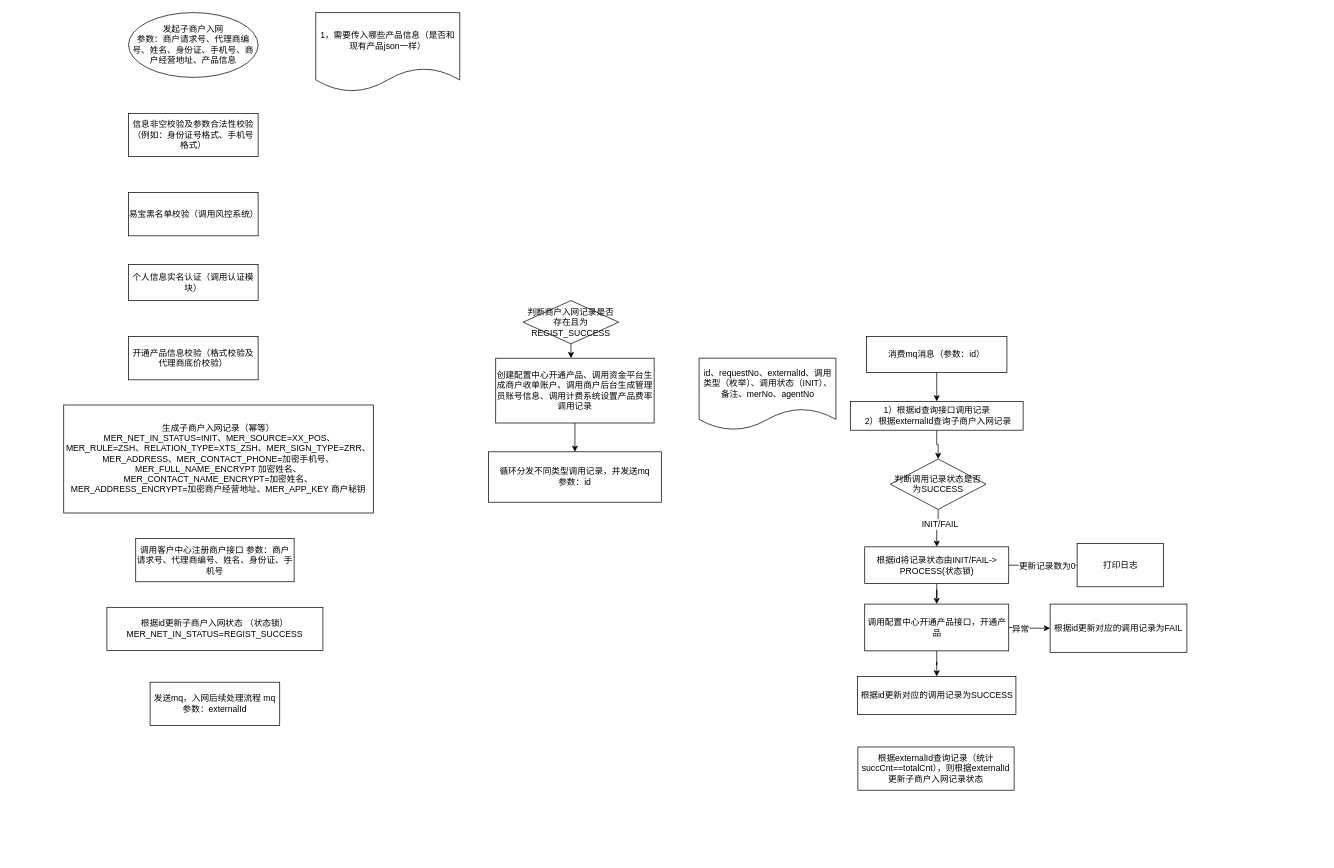
Before: 子商户入网流程图.drawio in cp0802/drawioRep, a draw.io diagram. Source tidied: cells renumbered, new cells numbered last; positions are measured from the earlier drawing's top-left corner, leaving out a move shared by most shapes. Both pictures are drawn from the tidied source at 72%, with x=0, y=0 at pixel (63, 12).
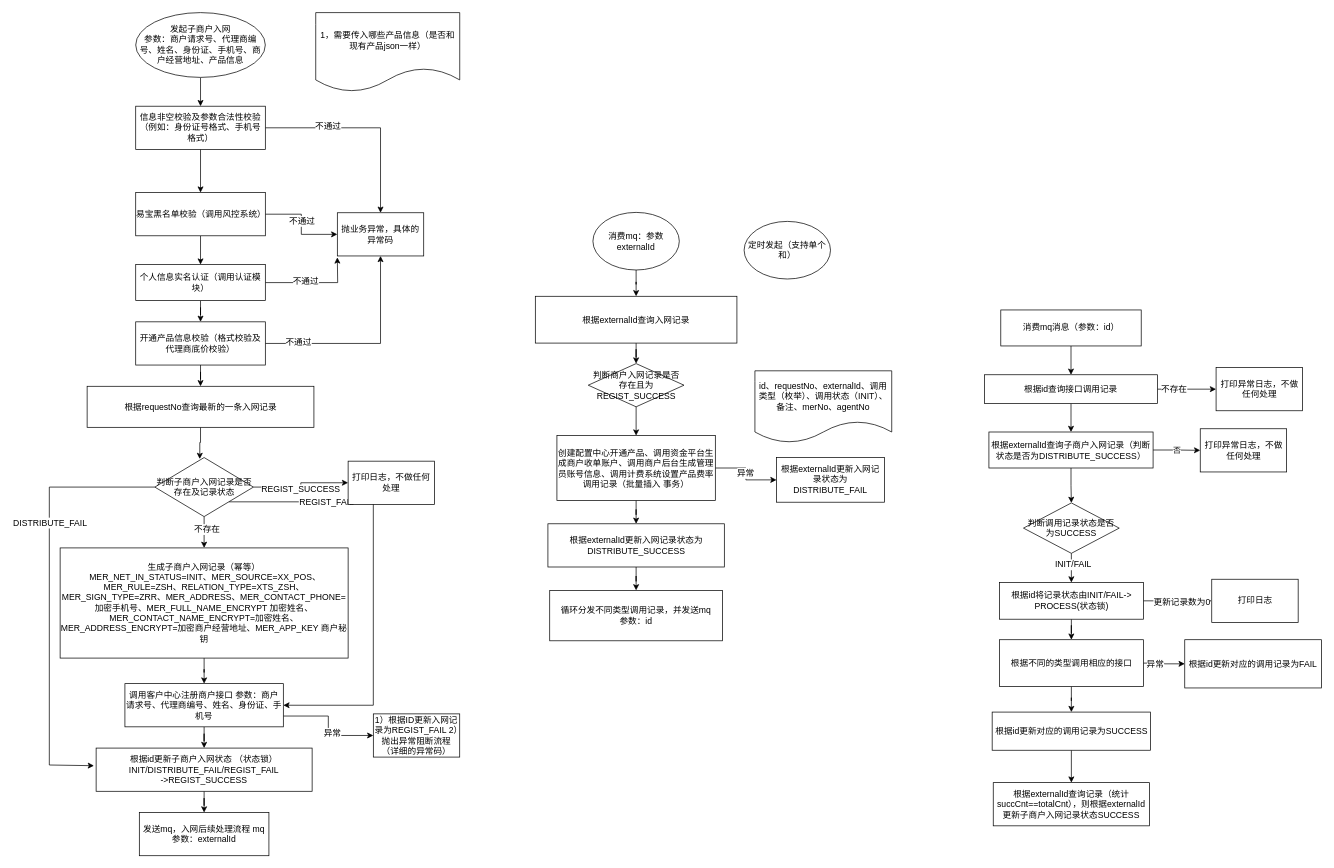
After the change.

Commit message:
Update 子商户入网流程图.drawio

The edit, as a diff of the source:
```diff
@@
+    <mxCell id="37" style="edgeStyle=orthogonalEdgeStyle;rounded=0;jettySize=auto;html=1;exitX=0.5;exitY=1;exitDx=0;exitDy=0;" parent="1" edge="1" source="2" target="4">
+      <mxGeometry relative="1" as="geometry" />
+    </mxCell>
     <mxCell id="2" value="发起子商户入网&lt;br&gt;参数：商户&lt;span&gt;请求号、代理商编号、姓名、身份证、手机号、商户经营地址、产品信息&lt;/span&gt;&lt;br&gt;" style="ellipse;whiteSpace=wrap;html=1;" parent="1" vertex="1">
-      <mxGeometry x="90" width="180" height="90" as="geometry" />
+      <mxGeometry x="100" width="180" height="90" as="geometry" />
     </mxCell>
@@
+    <mxCell id="38" style="edgeStyle=orthogonalEdgeStyle;rounded=0;jettySize=auto;html=1;" parent="1" edge="1" source="4" target="5">
+      <mxGeometry relative="1" as="geometry" />
+    </mxCell>
+    <mxCell id="39" style="edgeStyle=orthogonalEdgeStyle;rounded=0;jettySize=auto;html=1;" parent="1" edge="1" source="4" target="79">
+      <mxGeometry relative="1" as="geometry" />
+    </mxCell>
+    <mxCell id="40" value="不通过" style="text;html=1;align=center;verticalAlign=middle;labelBackgroundColor=#ffffff;" parent="39" vertex="1">
+      <mxGeometry x="-0.38" y="3" relative="1" as="geometry" />
+    </mxCell>
     <mxCell id="4" value="信息非空校验及参数合法性校验（例如：身份证号格式、手机号格式）" style="rounded=0;whiteSpace=wrap;html=1;" parent="1" vertex="1">
-      <mxGeometry x="90" y="140" width="180" height="60" as="geometry" />
+      <mxGeometry x="100" y="130" width="180" height="60" as="geometry" />
     </mxCell>
+    <mxCell id="41" style="edgeStyle=orthogonalEdgeStyle;rounded=0;jettySize=auto;html=1;exitX=0.5;exitY=1;exitDx=0;exitDy=0;" parent="1" edge="1" source="5" target="6">
+      <mxGeometry relative="1" as="geometry" />
+    </mxCell>
+    <mxCell id="42" style="edgeStyle=orthogonalEdgeStyle;rounded=0;jettySize=auto;html=1;exitX=1;exitY=0.5;exitDx=0;exitDy=0;" parent="1" edge="1" source="5" target="79">
+      <mxGeometry relative="1" as="geometry" />
+    </mxCell>
+    <mxCell id="43" value="不通过" style="text;html=1;align=center;verticalAlign=middle;labelBackgroundColor=#ffffff;" parent="42" vertex="1">
+      <mxGeometry x="-0.22" y="-9" relative="1" as="geometry">
+        <mxPoint x="9" y="9" as="offset" />
+      </mxGeometry>
+    </mxCell>
     <mxCell id="5" value="易宝黑名单校验（调用风控系统）" style="rounded=0;whiteSpace=wrap;html=1;" parent="1" vertex="1">
-      <mxGeometry x="90" y="250" width="180" height="60" as="geometry" />
+      <mxGeometry x="100" y="250" width="180" height="60" as="geometry" />
     </mxCell>
+    <mxCell id="44" style="edgeStyle=orthogonalEdgeStyle;rounded=0;jettySize=auto;html=1;entryX=0.5;entryY=0;entryDx=0;entryDy=0;" parent="1" edge="1" source="6" target="7">
+      <mxGeometry relative="1" as="geometry" />
+    </mxCell>
+    <mxCell id="45" style="edgeStyle=orthogonalEdgeStyle;rounded=0;jettySize=auto;html=1;exitX=1;exitY=0.5;exitDx=0;exitDy=0;" parent="1" edge="1" source="6">
+      <mxGeometry relative="1" as="geometry">
+        <mxPoint x="380" y="340" as="targetPoint" />
+      </mxGeometry>
+    </mxCell>
+    <mxCell id="46" value="不通过" style="text;html=1;align=center;verticalAlign=middle;labelBackgroundColor=#ffffff;" parent="45" vertex="1">
+      <mxGeometry x="-0.19" y="2" relative="1" as="geometry" />
+    </mxCell>
     <mxCell id="6" value="个人信息实名认证（调用认证模块）" style="rounded=0;whiteSpace=wrap;html=1;" parent="1" vertex="1">
-      <mxGeometry x="90" y="350" width="180" height="50" as="geometry" />
+      <mxGeometry x="100" y="350" width="180" height="50" as="geometry" />
     </mxCell>
+    <mxCell id="47" style="edgeStyle=orthogonalEdgeStyle;rounded=0;jettySize=auto;html=1;exitX=0.5;exitY=1;exitDx=0;exitDy=0;" parent="1" edge="1" source="7" target="67">
+      <mxGeometry relative="1" as="geometry" />
+    </mxCell>
+    <mxCell id="48" style="edgeStyle=orthogonalEdgeStyle;rounded=0;jettySize=auto;html=1;exitX=1;exitY=0.5;exitDx=0;exitDy=0;" parent="1" edge="1" source="7" target="79">
+      <mxGeometry relative="1" as="geometry" />
+    </mxCell>
+    <mxCell id="49" value="不通过" style="text;html=1;align=center;verticalAlign=middle;labelBackgroundColor=#ffffff;" parent="48" vertex="1">
+      <mxGeometry x="-0.68" y="2" relative="1" as="geometry" />
+    </mxCell>
     <mxCell id="7" value="开通产品信息校验（格式校验及代理商底价校验）" style="rounded=0;whiteSpace=wrap;html=1;" parent="1" vertex="1">
-      <mxGeometry x="90" y="450" width="180" height="60" as="geometry" />
+      <mxGeometry x="100" y="429.5" width="180" height="60" as="geometry" />
     </mxCell>
+    <mxCell id="50" style="edgeStyle=orthogonalEdgeStyle;rounded=0;jettySize=auto;html=1;exitX=1;exitY=0.75;exitDx=0;exitDy=0;entryX=0;entryY=0.5;entryDx=0;entryDy=0;" parent="1" edge="1" source="8" target="78">
+      <mxGeometry relative="1" as="geometry" />
+    </mxCell>
+    <mxCell id="51" value="异常" style="text;html=1;align=center;verticalAlign=middle;labelBackgroundColor=#ffffff;" parent="50" vertex="1">
+      <mxGeometry x="0.24" y="4" relative="1" as="geometry" />
+    </mxCell>
+    <mxCell id="52" style="edgeStyle=orthogonalEdgeStyle;rounded=0;jettySize=auto;html=1;entryX=0.5;entryY=0;entryDx=0;entryDy=0;" parent="1" edge="1" source="8" target="10">
+      <mxGeometry relative="1" as="geometry" />
+    </mxCell>
     <mxCell id="8" value="&lt;span&gt;调用客户中心注册商户接口 参数：商户&lt;/span&gt;&lt;span&gt;请求号、代理商编号、姓名、身份证、手机号&lt;/span&gt;&lt;span&gt;&lt;br&gt;&lt;/span&gt;" style="rounded=0;whiteSpace=wrap;html=1;" parent="1" vertex="1">
-      <mxGeometry x="100" y="730.5" width="220" height="60" as="geometry" />
+      <mxGeometry x="85" y="932" width="220" height="60" as="geometry" />
     </mxCell>
+    <mxCell id="53" style="edgeStyle=orthogonalEdgeStyle;rounded=0;jettySize=auto;html=1;entryX=0.5;entryY=0;entryDx=0;entryDy=0;" parent="1" edge="1" source="9" target="8">
+      <mxGeometry relative="1" as="geometry" />
+    </mxCell>
     <mxCell id="9" value="生成子商户入网记录（幂等）&lt;br&gt;&amp;nbsp;&lt;span&gt;MER_NET_IN_STATUS=INIT、&lt;/span&gt;&lt;span&gt;MER_SOURCE=XX_POS、&lt;br&gt;&lt;/span&gt;&lt;span&gt;MER_RULE=&lt;/span&gt;&lt;span&gt;ZSH、&lt;/span&gt;&lt;span&gt;RELATION_TYPE=&lt;/span&gt;&lt;span&gt;XTS_ZSH&lt;/span&gt;、MER_SIGN_TYPE=&lt;span&gt;ZRR、&lt;/span&gt;&lt;span&gt;MER_ADDRESS、&lt;/span&gt;&lt;span&gt;MER_CONTACT_PHONE=加密手机号、&lt;/span&gt;&lt;span&gt;MER_FULL_NAME_ENCRYPT 加密姓名、&lt;/span&gt;&lt;span&gt;MER_CONTACT_NAME_ENCRYPT=加密姓名、&lt;/span&gt;&lt;span&gt;&lt;br&gt;&lt;/span&gt;&lt;span&gt;MER_ADDRESS_ENCRYPT=加密商户经营地址、&lt;/span&gt;&lt;span&gt;MER_APP_KEY 商户秘钥&lt;/span&gt;" style="rounded=0;whiteSpace=wrap;html=1;" parent="1" vertex="1">
-      <mxGeometry y="545" width="430" height="150" as="geometry" />
+      <mxGeometry x="-5" y="743.5" width="400" height="153" as="geometry" />
     </mxCell>
+    <mxCell id="54" style="edgeStyle=orthogonalEdgeStyle;rounded=0;jettySize=auto;html=1;" parent="1" edge="1" source="10" target="11">
+      <mxGeometry relative="1" as="geometry" />
+    </mxCell>
-    <mxCell id="10" value="根据id更新子商户入网状态 （状态锁）MER_NET_IN_STATUS=&lt;span&gt;REGIST_SUCCESS&lt;/span&gt;" style="rounded=0;whiteSpace=wrap;html=1;" parent="1" vertex="1">
-      <mxGeometry x="60" y="826" width="300" height="60" as="geometry" />
+    <mxCell id="10" value="根据id更新子商户入网状态 （状态锁）INIT/&lt;span&gt;DISTRIBUTE_FAIL/&lt;/span&gt;REGIST_FAIL&lt;span&gt;&lt;br&gt;&lt;/span&gt;-&amp;gt;&lt;span&gt;REGIST_SUCCESS&lt;/span&gt;" style="rounded=0;whiteSpace=wrap;html=1;" parent="1" vertex="1">
+      <mxGeometry x="45" y="1021.5" width="300" height="60" as="geometry" />
     </mxCell>
     <mxCell id="11" value="发送mq，入网后续处理流程 mq参数：externalId" style="rounded=0;whiteSpace=wrap;html=1;" parent="1" vertex="1">
-      <mxGeometry x="120" y="930" width="180" height="60" as="geometry" />
+      <mxGeometry x="105" y="1111" width="180" height="60" as="geometry" />
     </mxCell>
-    <mxCell id="12" style="edgeStyle=orthogonalEdgeStyle;rounded=0;jettySize=auto;html=1;entryX=0.5;entryY=0;entryDx=0;entryDy=0;" parent="1" edge="1" source="13" target="16">
-      <mxGeometry relative="1" as="geometry" />
-    </mxCell>
+    <mxCell id="55" style="edgeStyle=orthogonalEdgeStyle;rounded=0;jettySize=auto;html=1;" parent="1" edge="1" source="13" target="86">
+      <mxGeometry relative="1" as="geometry" />
+    </mxCell>
+    <mxCell id="56" style="edgeStyle=orthogonalEdgeStyle;rounded=0;jettySize=auto;html=1;exitX=1;exitY=0.5;exitDx=0;exitDy=0;entryX=0;entryY=0.5;entryDx=0;entryDy=0;" parent="1" edge="1" source="13" target="88">
+      <mxGeometry relative="1" as="geometry" />
+    </mxCell>
+    <mxCell id="57" value="不存在" style="text;html=1;align=center;verticalAlign=middle;labelBackgroundColor=#ffffff;" parent="56" vertex="1">
+      <mxGeometry x="-0.47" relative="1" as="geometry" />
+    </mxCell>
-    <mxCell id="13" value="1）根据id查询接口调用记录&lt;br&gt;&amp;nbsp;2）根据externalId查询子商户入网记录&lt;br&gt;" style="rounded=0;whiteSpace=wrap;html=1;" parent="1" vertex="1">
-      <mxGeometry x="1092.5" y="540" width="240" height="40" as="geometry" />
+    <mxCell id="13" value="根据id查询接口调用记录&lt;br&gt;" style="rounded=0;whiteSpace=wrap;html=1;" parent="1" vertex="1">
+      <mxGeometry x="1279" y="503" width="240" height="40" as="geometry" />
     </mxCell>
@@
     <mxCell id="16" value="判断调用记录状态是否为SUCCESS" style="rhombus;whiteSpace=wrap;html=1;" parent="1" vertex="1">
-      <mxGeometry x="1148" y="620" width="133" height="70" as="geometry" />
+      <mxGeometry x="1333" y="681" width="133" height="70" as="geometry" />
     </mxCell>
@@
-    <mxCell id="20" value="调用配置中心开通产品接口，开通产品" style="rounded=0;whiteSpace=wrap;html=1;" parent="1" vertex="1">
-      <mxGeometry x="1112.5" y="821.5" width="200" height="65" as="geometry" />
+    <mxCell id="20" value="根据不同的类型调用相应的接口" style="rounded=0;whiteSpace=wrap;html=1;" parent="1" vertex="1">
+      <mxGeometry x="1299.5" y="871" width="200" height="65" as="geometry" />
     </mxCell>
     <mxCell id="21" style="edgeStyle=orthogonalEdgeStyle;rounded=0;jettySize=auto;html=1;" parent="1" edge="1" source="22" target="31">
-      <mxGeometry relative="1" as="geometry">
-        <Array as="points">
-          <mxPoint x="705" y="470" />
-          <mxPoint x="705" y="470" />
-        </Array>
-      </mxGeometry>
+      <mxGeometry relative="1" as="geometry" />
     </mxCell>
     <mxCell id="22" value="判断商户入网记录是否存在且为REGIST_SUCCESS" style="rhombus;whiteSpace=wrap;html=1;" parent="1" vertex="1">
-      <mxGeometry x="638" y="400" width="133" height="60" as="geometry" />
+      <mxGeometry x="728.5" y="487.5" width="133" height="60" as="geometry" />
     </mxCell>
+    <mxCell id="58" style="edgeStyle=orthogonalEdgeStyle;rounded=0;jettySize=auto;html=1;" parent="1" edge="1" source="23" target="36">
+      <mxGeometry relative="1" as="geometry" />
+    </mxCell>
     <mxCell id="23" value="根据id更新对应的调用记录为SUCCESS" style="rounded=0;whiteSpace=wrap;html=1;" parent="1" vertex="1">
-      <mxGeometry x="1102.5" y="922" width="220" height="53" as="geometry" />
+      <mxGeometry x="1289.5" y="971.5" width="220" height="53" as="geometry" />
     </mxCell>
     <mxCell id="24" value="根据id更新对应的调用记录为FAIL" style="rounded=0;whiteSpace=wrap;html=1;" parent="1" vertex="1">
-      <mxGeometry x="1370" y="821.5" width="190" height="67" as="geometry" />
+      <mxGeometry x="1557" y="871" width="190" height="67" as="geometry" />
     </mxCell>
@@
     <mxCell id="28" value="根据id将记录状态由INIT/FAIL-&amp;gt; PROCESS(状态锁)" style="rounded=0;whiteSpace=wrap;html=1;" parent="1" vertex="1">
-      <mxGeometry x="1112.5" y="742" width="200" height="51" as="geometry" />
+      <mxGeometry x="1299.5" y="791.5" width="200" height="51" as="geometry" />
     </mxCell>
     <mxCell id="29" value="打印日志" style="rounded=0;whiteSpace=wrap;html=1;" parent="1" vertex="1">
-      <mxGeometry x="1407.5" y="737.5" width="120" height="60" as="geometry" />
+      <mxGeometry x="1594.5" y="787" width="120" height="60" as="geometry" />
     </mxCell>
-    <mxCell id="30" style="edgeStyle=orthogonalEdgeStyle;rounded=0;jettySize=auto;html=1;exitX=0.5;exitY=1;exitDx=0;exitDy=0;" parent="1" edge="1" source="31" target="33">
-      <mxGeometry relative="1" as="geometry" />
-    </mxCell>
+    <mxCell id="59" style="edgeStyle=orthogonalEdgeStyle;rounded=0;jettySize=auto;html=1;" parent="1" edge="1" source="31" target="80">
+      <mxGeometry relative="1" as="geometry" />
+    </mxCell>
+    <mxCell id="60" value="异常" style="text;html=1;align=center;verticalAlign=middle;labelBackgroundColor=#ffffff;" parent="59" vertex="1">
+      <mxGeometry x="-0.19" y="-7" relative="1" as="geometry" />
+    </mxCell>
+    <mxCell id="61" style="edgeStyle=orthogonalEdgeStyle;rounded=0;jettySize=auto;html=1;" parent="1" edge="1" source="31" target="83">
+      <mxGeometry relative="1" as="geometry" />
+    </mxCell>
-    <mxCell id="31" value="创建配置中心开通产品、调用资金平台生成商户收单账户、调用商户后台生成管理员账号信息、调用计费系统设置产品费率调用记录&lt;br&gt;" style="rounded=0;whiteSpace=wrap;html=1;" parent="1" vertex="1">
-      <mxGeometry x="600" y="480" width="220" height="90" as="geometry" />
+    <mxCell id="31" value="创建配置中心开通产品、调用资金平台生成商户收单账户、调用商户后台生成管理员账号信息、调用计费系统设置产品费率调用记录（批量插入 事务）&lt;br&gt;" style="rounded=0;whiteSpace=wrap;html=1;" parent="1" vertex="1">
+      <mxGeometry x="685" y="587.5" width="220" height="90" as="geometry" />
     </mxCell>
     <mxCell id="32" value="id、requestNo、externalId、调用类型（枚举）、调用状态（INIT）、备注、merNo、agentNo" style="shape=document;whiteSpace=wrap;html=1;boundedLbl=1;" parent="1" vertex="1">
-      <mxGeometry x="882.5" y="480" width="190" height="100" as="geometry" />
+      <mxGeometry x="960" y="497.5" width="190" height="100" as="geometry" />
     </mxCell>
     <mxCell id="33" value="循环分发不同类型调用记录，并发送mq&lt;br&gt;参数：id&lt;br&gt;" style="rounded=0;whiteSpace=wrap;html=1;" parent="1" vertex="1">
-      <mxGeometry x="590" y="610" width="240" height="70" as="geometry" />
+      <mxGeometry x="675" y="802.5" width="240" height="70" as="geometry" />
     </mxCell>
-    <mxCell id="34" style="edgeStyle=orthogonalEdgeStyle;rounded=0;jettySize=auto;html=1;entryX=0.5;entryY=0;entryDx=0;entryDy=0;" parent="1" edge="1" source="35" target="13">
+    <mxCell id="34" style="edgeStyle=orthogonalEdgeStyle;rounded=0;jettySize=auto;html=1;" parent="1" edge="1" source="35" target="13">
       <mxGeometry relative="1" as="geometry" />
     </mxCell>
     <mxCell id="35" value="消费mq消息（参数：id）" style="rounded=0;whiteSpace=wrap;html=1;" parent="1" vertex="1">
-      <mxGeometry x="1115" y="450" width="195" height="50" as="geometry" />
+      <mxGeometry x="1301.5" y="413" width="195" height="50" as="geometry" />
     </mxCell>
-    <mxCell id="36" value="根据externalId查询记录（统计succCnt==totalCnt），则根据externalId&lt;br&gt;更新子商户入网记录状态" style="rounded=0;whiteSpace=wrap;html=1;" parent="1" vertex="1">
-      <mxGeometry x="1103" y="1020" width="217" height="60" as="geometry" />
+    <mxCell id="36" value="根据externalId查询记录（统计succCnt==totalCnt），则根据externalId&lt;br&gt;更新子商户入网记录状态SUCCESS" style="rounded=0;whiteSpace=wrap;html=1;" parent="1" vertex="1">
+      <mxGeometry x="1291" y="1069.5" width="217" height="60" as="geometry" />
     </mxCell>
+    <mxCell id="62" style="edgeStyle=orthogonalEdgeStyle;rounded=0;jettySize=auto;html=1;" parent="1" edge="1" source="63" target="65">
+      <mxGeometry relative="1" as="geometry" />
+    </mxCell>
+    <mxCell id="63" value="消费mq：参数 externalId" style="ellipse;whiteSpace=wrap;html=1;" parent="1" vertex="1">
+      <mxGeometry x="735" y="277.5" width="120" height="80" as="geometry" />
+    </mxCell>
+    <mxCell id="64" style="edgeStyle=orthogonalEdgeStyle;rounded=0;jettySize=auto;html=1;" parent="1" edge="1" source="65" target="22">
+      <mxGeometry relative="1" as="geometry" />
+    </mxCell>
+    <mxCell id="65" value="根据externalId查询入网记录" style="rounded=0;whiteSpace=wrap;html=1;" parent="1" vertex="1">
+      <mxGeometry x="655" y="394" width="280" height="65" as="geometry" />
+    </mxCell>
+    <mxCell id="66" style="edgeStyle=orthogonalEdgeStyle;rounded=0;jettySize=auto;html=1;entryX=0.456;entryY=0.024;entryDx=0;entryDy=0;entryPerimeter=0;" parent="1" edge="1" source="67" target="76">
+      <mxGeometry relative="1" as="geometry" />
+    </mxCell>
+    <mxCell id="67" value="根据requestNo查询最新的一条入网记录" style="rounded=0;whiteSpace=wrap;html=1;" parent="1" vertex="1">
+      <mxGeometry x="32.5" y="519" width="315" height="57" as="geometry" />
+    </mxCell>
+    <mxCell id="68" style="edgeStyle=orthogonalEdgeStyle;rounded=0;jettySize=auto;html=1;entryX=-0.01;entryY=0.408;entryDx=0;entryDy=0;entryPerimeter=0;exitX=0;exitY=0.5;exitDx=0;exitDy=0;" parent="1" edge="1" source="76" target="10">
+      <mxGeometry relative="1" as="geometry">
+        <Array as="points">
+          <mxPoint x="-20" y="659" />
+          <mxPoint x="-20" y="1045" />
+        </Array>
+      </mxGeometry>
+    </mxCell>
+    <mxCell id="69" value="DISTRIBUTE_FAIL" style="text;html=1;align=center;verticalAlign=middle;labelBackgroundColor=#ffffff;" parent="68" vertex="1">
+      <mxGeometry x="-0.5" y="47" relative="1" as="geometry">
+        <mxPoint x="-47" y="47" as="offset" />
+      </mxGeometry>
+    </mxCell>
+    <mxCell id="70" style="edgeStyle=orthogonalEdgeStyle;rounded=0;jettySize=auto;html=1;" parent="1" edge="1" source="76" target="9">
+      <mxGeometry relative="1" as="geometry" />
+    </mxCell>
+    <mxCell id="71" value="不存在" style="text;html=1;align=center;verticalAlign=middle;labelBackgroundColor=#ffffff;" parent="70" vertex="1">
+      <mxGeometry x="-0.22" y="3" relative="1" as="geometry" />
+    </mxCell>
+    <mxCell id="72" style="edgeStyle=orthogonalEdgeStyle;rounded=0;jettySize=auto;html=1;entryX=0;entryY=0.5;entryDx=0;entryDy=0;" parent="1" edge="1" source="76" target="77">
+      <mxGeometry relative="1" as="geometry" />
+    </mxCell>
+    <mxCell id="73" value="&lt;span&gt;REGIST_SUCCESS&lt;/span&gt;&lt;br&gt;" style="text;html=1;align=center;verticalAlign=middle;labelBackgroundColor=#ffffff;" parent="72" vertex="1">
+      <mxGeometry x="-0.05" y="-3" relative="1" as="geometry" />
+    </mxCell>
+    <mxCell id="74" style="edgeStyle=orthogonalEdgeStyle;rounded=0;jettySize=auto;html=1;exitX=1;exitY=1;exitDx=0;exitDy=0;entryX=1;entryY=0.5;entryDx=0;entryDy=0;" parent="1" edge="1" source="76" target="8">
+      <mxGeometry relative="1" as="geometry">
+        <Array as="points">
+          <mxPoint x="430" y="680" />
+          <mxPoint x="430" y="962" />
+        </Array>
+      </mxGeometry>
+    </mxCell>
+    <mxCell id="75" value="REGIST_FAIL" style="text;html=1;align=center;verticalAlign=middle;labelBackgroundColor=#ffffff;" parent="74" vertex="1">
+      <mxGeometry x="-0.34" y="-66" relative="1" as="geometry" />
+    </mxCell>
+    <mxCell id="76" value="判断子商户入网记录是否存在及记录状态" style="rhombus;whiteSpace=wrap;html=1;" parent="1" vertex="1">
+      <mxGeometry x="126.5" y="618" width="137" height="82" as="geometry" />
+    </mxCell>
+    <mxCell id="77" value="打印日志，不做任何处理" style="rounded=0;whiteSpace=wrap;html=1;" parent="1" vertex="1">
+      <mxGeometry x="395" y="623" width="120" height="60" as="geometry" />
+    </mxCell>
+    <mxCell id="78" value="1）根据ID更新入网记录为&lt;span&gt;REGIST_FAIL 2）抛出异常阻断流程（详细的异常码）&lt;/span&gt;" style="rounded=0;whiteSpace=wrap;html=1;" parent="1" vertex="1">
+      <mxGeometry x="430" y="974" width="120" height="60" as="geometry" />
+    </mxCell>
+    <mxCell id="79" value="抛业务异常，具体的异常码" style="rounded=0;whiteSpace=wrap;html=1;" parent="1" vertex="1">
+      <mxGeometry x="380" y="278" width="120" height="60" as="geometry" />
+    </mxCell>
+    <mxCell id="80" value="根据externalId更新入网记录状态为&lt;span&gt;DISTRIBUTE_FAIL&lt;/span&gt;" style="rounded=0;whiteSpace=wrap;html=1;" parent="1" vertex="1">
+      <mxGeometry x="990" y="618" width="150" height="62" as="geometry" />
+    </mxCell>
+    <mxCell id="81" value="定时发起（支持单个和）" style="ellipse;whiteSpace=wrap;html=1;" parent="1" vertex="1">
+      <mxGeometry x="945" y="290" width="120" height="80" as="geometry" />
+    </mxCell>
+    <mxCell id="82" style="edgeStyle=orthogonalEdgeStyle;rounded=0;jettySize=auto;html=1;" parent="1" edge="1" source="83" target="33">
+      <mxGeometry relative="1" as="geometry" />
+    </mxCell>
+    <mxCell id="83" value="&lt;span&gt;根据externalId更新入网记录状态为&lt;/span&gt;&lt;span&gt;DISTRIBUTE_SUCCESS&lt;/span&gt;" style="rounded=0;whiteSpace=wrap;html=1;" parent="1" vertex="1">
+      <mxGeometry x="672.5" y="710" width="245" height="60" as="geometry" />
+    </mxCell>
+    <mxCell id="84" value="否" style="edgeStyle=orthogonalEdgeStyle;rounded=0;jettySize=auto;html=1;exitX=1;exitY=0.5;exitDx=0;exitDy=0;" parent="1" edge="1" source="86" target="87">
+      <mxGeometry relative="1" as="geometry" />
+    </mxCell>
+    <mxCell id="85" style="edgeStyle=orthogonalEdgeStyle;rounded=0;jettySize=auto;html=1;" parent="1" edge="1" source="86" target="16">
+      <mxGeometry relative="1" as="geometry" />
+    </mxCell>
+    <mxCell id="86" value="&lt;span&gt;根据externalId查询子商户入网记录（判断状态是否为&lt;/span&gt;DISTRIBUTE_SUCCESS）" style="rounded=0;whiteSpace=wrap;html=1;" parent="1" vertex="1">
+      <mxGeometry x="1285" y="582.5" width="228" height="50" as="geometry" />
+    </mxCell>
+    <mxCell id="87" value="打印异常日志，不做任何处理" style="rounded=0;whiteSpace=wrap;html=1;" parent="1" vertex="1">
+      <mxGeometry x="1578.5" y="578" width="120" height="60" as="geometry" />
+    </mxCell>
+    <mxCell id="88" value="&lt;span&gt;打印异常日志，不做任何处理&lt;/span&gt;" style="rounded=0;whiteSpace=wrap;html=1;" parent="1" vertex="1">
+      <mxGeometry x="1600.5" y="493" width="120" height="60" as="geometry" />
+    </mxCell>
```
